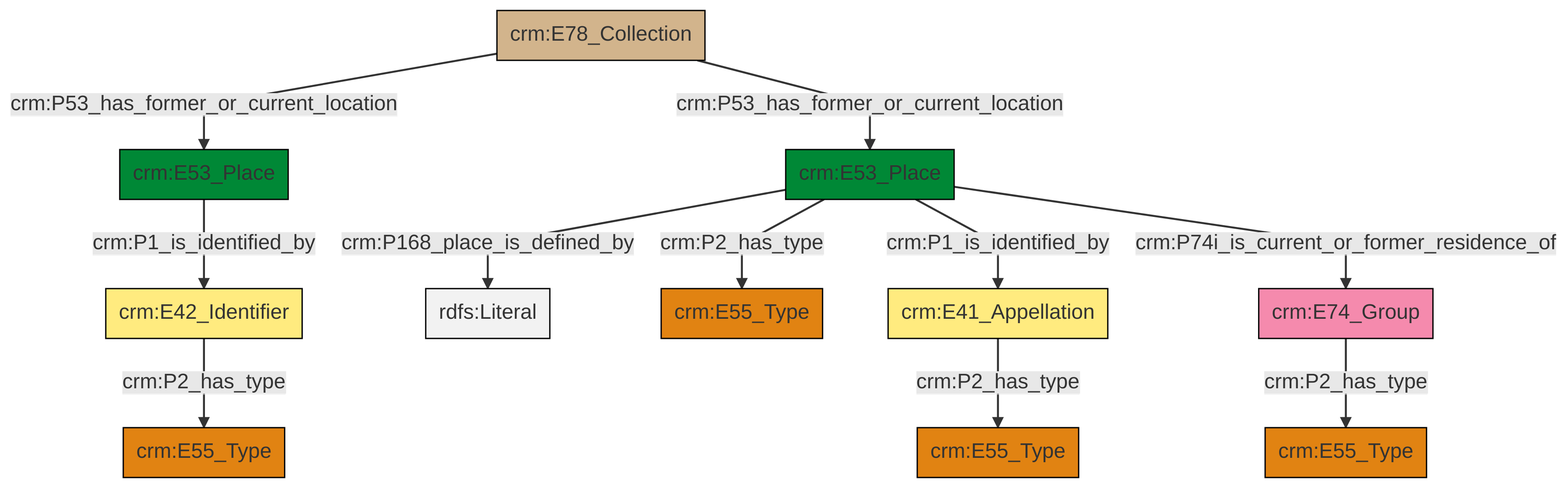
swiss-art-research-net/docs.swissartresearch keeps this Mermaid diagram as et/archivalCSV/ttl/mmd/png/archival_location.png. Above is the earlier version. Its source is kept beside it as et/archivalCSV/ttl/mmd/archival_location.ttl.mmd.
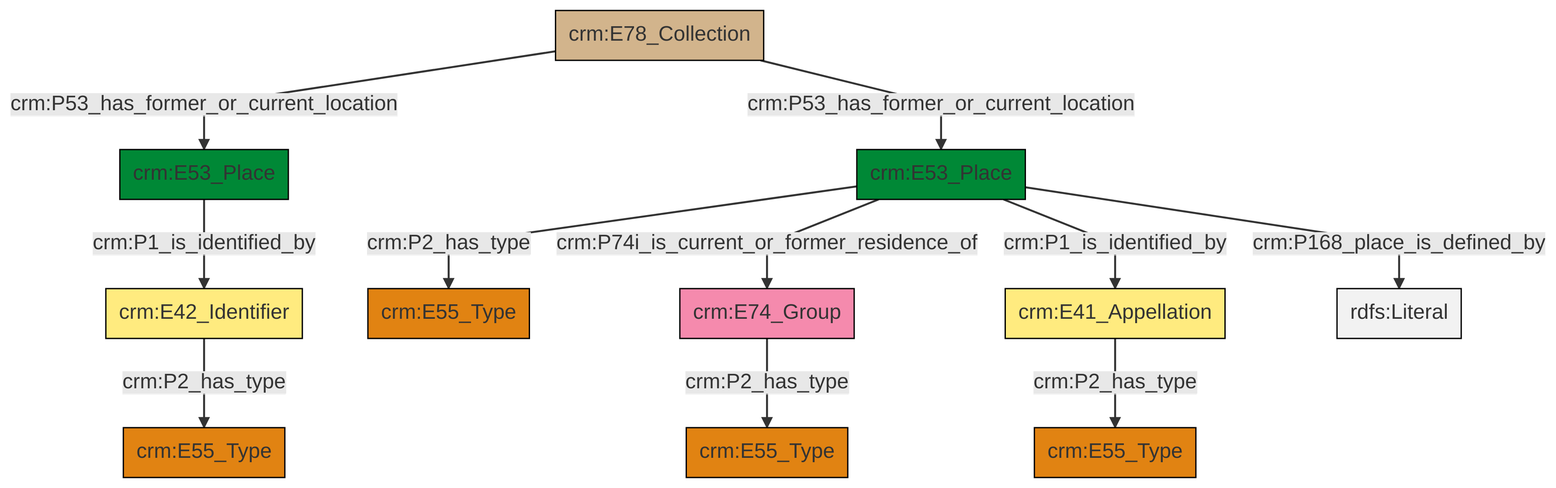
After the commit.

Diff of the diagram source:
```diff
@@ -13,13 +13,13 @@
 classDef PC_Classes fill:#4ce600, stroke:#000000;
 classDef Multi fill:#cccccc,stroke:#000000;
 
-4["crm:E53_Place"]:::Place -->|crm:P168_place_is_defined_by| 5[rdfs:Literal]:::Literal
-4["crm:E53_Place"]:::Place -->|crm:P1_is_identified_by| 8["crm:E41_Appellation"]:::Appellation
-2["crm:E42_Identifier"]:::Appellation -->|crm:P2_has_type| 0["crm:E55_Type"]:::Type
-8["crm:E41_Appellation"]:::Appellation -->|crm:P2_has_type| 11["crm:E55_Type"]:::Type
-12["crm:E78_Collection"]:::Physical_Thing -->|crm:P53_has_former_or_current_location| 13["crm:E53_Place"]:::Place
-9["crm:E74_Group"]:::Actor -->|crm:P2_has_type| 15["crm:E55_Type"]:::Type
-4["crm:E53_Place"]:::Place -->|crm:P2_has_type| 6["crm:E55_Type"]:::Type
-12["crm:E78_Collection"]:::Physical_Thing -->|crm:P53_has_former_or_current_location| 4["crm:E53_Place"]:::Place
-4["crm:E53_Place"]:::Place -->|crm:P74i_is_current_or_former_residence_of| 9["crm:E74_Group"]:::Actor
-13["crm:E53_Place"]:::Place -->|crm:P1_is_identified_by| 2["crm:E42_Identifier"]:::Appellation
+0["crm:E53_Place"]:::Place -->|crm:P74i_is_current_or_former_residence_of| 1["crm:E74_Group"]:::Actor
+6["crm:E42_Identifier"]:::Appellation -->|crm:P2_has_type| 7["crm:E55_Type"]:::Type
+0["crm:E53_Place"]:::Place -->|crm:P1_is_identified_by| 8["crm:E41_Appellation"]:::Appellation
+0["crm:E53_Place"]:::Place -->|crm:P168_place_is_defined_by| 11[rdfs:Literal]:::Literal
+0["crm:E53_Place"]:::Place -->|crm:P2_has_type| 4["crm:E55_Type"]:::Type
+8["crm:E41_Appellation"]:::Appellation -->|crm:P2_has_type| 19["crm:E55_Type"]:::Type
+1["crm:E74_Group"]:::Actor -->|crm:P2_has_type| 2["crm:E55_Type"]:::Type
+17["crm:E78_Collection"]:::Physical_Thing -->|crm:P53_has_former_or_current_location| 14["crm:E53_Place"]:::Place
+14["crm:E53_Place"]:::Place -->|crm:P1_is_identified_by| 6["crm:E42_Identifier"]:::Appellation
+17["crm:E78_Collection"]:::Physical_Thing -->|crm:P53_has_former_or_current_location| 0["crm:E53_Place"]:::Place
```
